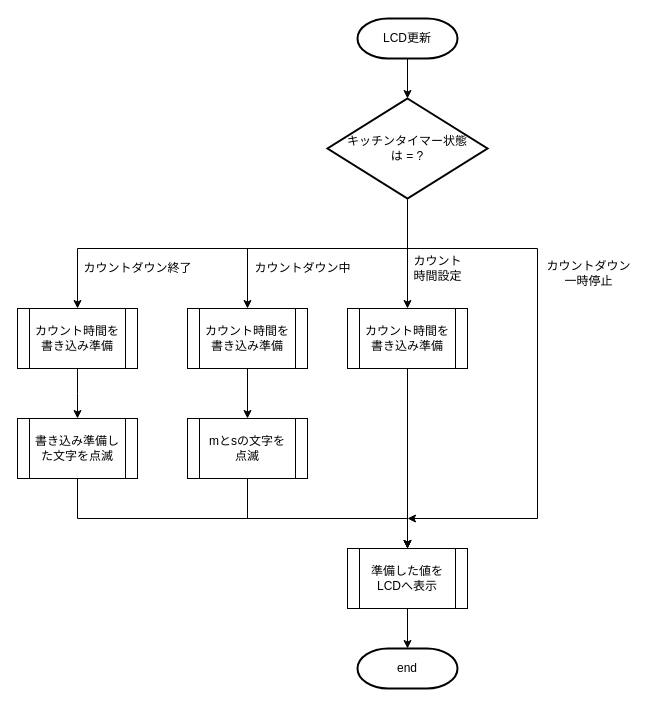
The draw.io diagram page "LCDClass" (1 of 2) of 資料/設計/フローチャート/LCDClass/flowchart_LCDClass_v0.1.drawio in hakohumi/comp.Kitchen_Timer, before the edit. Source tidied: cells renumbered, new cells numbered last; positions are measured from the earlier drawing's top-left corner, leaving out a move shared by most shapes. Both pictures are drawn from the tidied source at 100%, with x=0, y=0 at pixel (17, 18).
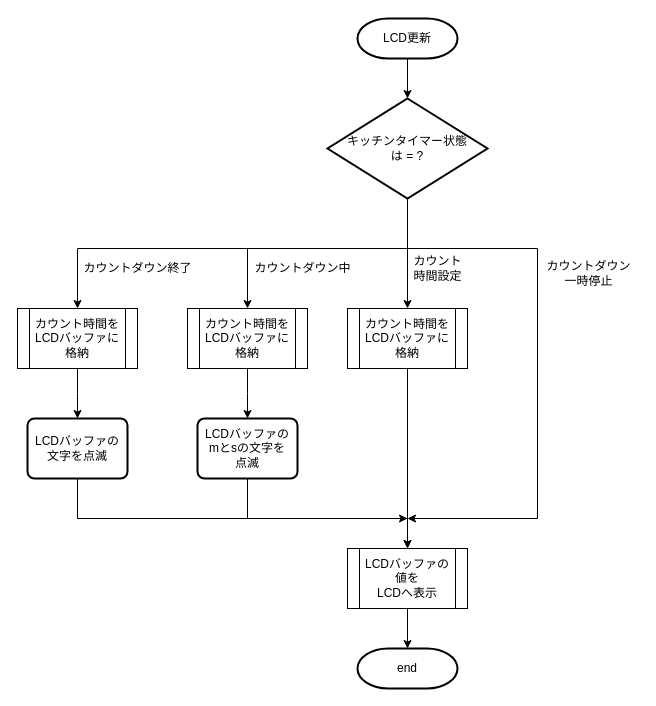
Above is the later version.

The edit, as a diff of the source:
```diff
@@
-    <mxCell id="6" value="カウント時間を&lt;br&gt;書き込み準備" style="shape=process;whiteSpace=wrap;html=1;backgroundOutline=1;" parent="1" vertex="1">
+    <mxCell id="6" value="カウント時間を&lt;br&gt;LCDバッファに&lt;br&gt;格納" style="shape=process;whiteSpace=wrap;html=1;backgroundOutline=1;" parent="1" vertex="1">
       <mxGeometry x="330" y="290" width="120" height="60" as="geometry" />
     </mxCell>
@@
-    <mxCell id="14" style="edgeStyle=orthogonalEdgeStyle;rounded=0;jettySize=auto;html=1;entryX=0.5;entryY=0;entryDx=0;entryDy=0;" parent="1" edge="1" source="15" target="20">
-      <mxGeometry relative="1" as="geometry" />
+    <mxCell id="14" style="edgeStyle=orthogonalEdgeStyle;rounded=0;jettySize=auto;html=1;entryX=0.5;entryY=0;entryDx=0;entryDy=0;" parent="1" edge="1" source="15">
+      <mxGeometry relative="1" as="geometry">
+        <mxPoint x="230" y="400" as="targetPoint" />
+      </mxGeometry>
     </mxCell>
-    <mxCell id="15" value="カウント時間を書き込み準備" style="shape=process;whiteSpace=wrap;html=1;backgroundOutline=1;" parent="1" vertex="1">
+    <mxCell id="15" value="カウント時間をLCDバッファに&lt;br&gt;格納" style="shape=process;whiteSpace=wrap;html=1;backgroundOutline=1;" parent="1" vertex="1">
       <mxGeometry x="170" y="290" width="120" height="60" as="geometry" />
     </mxCell>
@@
-    <mxCell id="18" value="準備した値を&lt;br&gt;LCDへ表示" style="shape=process;whiteSpace=wrap;html=1;backgroundOutline=1;" parent="1" vertex="1">
+    <mxCell id="18" value="LCDバッファの値を&lt;br&gt;LCDへ表示" style="shape=process;whiteSpace=wrap;html=1;backgroundOutline=1;" parent="1" vertex="1">
       <mxGeometry x="330" y="530" width="120" height="60" as="geometry" />
     </mxCell>
-    <mxCell id="19" style="edgeStyle=orthogonalEdgeStyle;rounded=0;jettySize=auto;html=1;entryX=0.5;entryY=0;entryDx=0;entryDy=0;" parent="1" edge="1" source="20" target="18">
+    <mxCell id="19" style="edgeStyle=orthogonalEdgeStyle;rounded=0;jettySize=auto;html=1;entryX=0.5;entryY=0;entryDx=0;entryDy=0;" parent="1" edge="1" target="18">
       <mxGeometry relative="1" as="geometry">
+        <mxPoint x="230" y="460" as="sourcePoint" />
         <Array as="points">
           <mxPoint x="230" y="500" />
           <mxPoint x="390" y="500" />
         </Array>
       </mxGeometry>
     </mxCell>
-    <mxCell id="20" value="mとsの文字を&lt;br&gt;点滅" style="shape=process;whiteSpace=wrap;html=1;backgroundOutline=1;" parent="1" vertex="1">
-      <mxGeometry x="170" y="400" width="120" height="60" as="geometry" />
-    </mxCell>
@@
-    <mxCell id="22" value="カウント時間を書き込み準備" style="shape=process;whiteSpace=wrap;html=1;backgroundOutline=1;" parent="1" vertex="1">
+    <mxCell id="22" value="カウント時間をLCDバッファに&lt;br&gt;格納" style="shape=process;whiteSpace=wrap;html=1;backgroundOutline=1;" parent="1" vertex="1">
       <mxGeometry y="290" width="120" height="60" as="geometry" />
     </mxCell>
@@
-    <mxCell id="24" style="edgeStyle=orthogonalEdgeStyle;rounded=0;jettySize=auto;html=1;entryX=0.5;entryY=0;entryDx=0;entryDy=0;" parent="1" edge="1" source="25" target="18">
+    <mxCell id="24" style="edgeStyle=orthogonalEdgeStyle;rounded=0;orthogonalLoop=1;jettySize=auto;html=1;" parent="1" edge="1">
       <mxGeometry relative="1" as="geometry">
+        <mxPoint x="60" y="460" as="sourcePoint" />
+        <mxPoint x="390" y="500" as="targetPoint" />
         <Array as="points">
           <mxPoint x="60" y="500" />
           <mxPoint x="390" y="500" />
         </Array>
       </mxGeometry>
     </mxCell>
-    <mxCell id="25" value="書き込み準備した文字を点滅" style="shape=process;whiteSpace=wrap;html=1;backgroundOutline=1;" parent="1" vertex="1">
-      <mxGeometry y="400" width="120" height="60" as="geometry" />
-    </mxCell>
@@
+    <mxCell id="27" value="&lt;span&gt;LCDバッファの&lt;br&gt;mとsの文字を&lt;/span&gt;&lt;br&gt;&lt;span&gt;点滅&lt;/span&gt;" style="rounded=1;whiteSpace=wrap;html=1;absoluteArcSize=1;arcSize=14;strokeWidth=2;" parent="1" vertex="1">
+      <mxGeometry x="180" y="400" width="100" height="60" as="geometry" />
+    </mxCell>
+    <mxCell id="28" value="LCDバッファの&lt;br&gt;文字を点滅" style="rounded=1;whiteSpace=wrap;html=1;absoluteArcSize=1;arcSize=14;strokeWidth=2;" parent="1" vertex="1">
+      <mxGeometry x="10" y="400" width="100" height="60" as="geometry" />
+    </mxCell>
```
